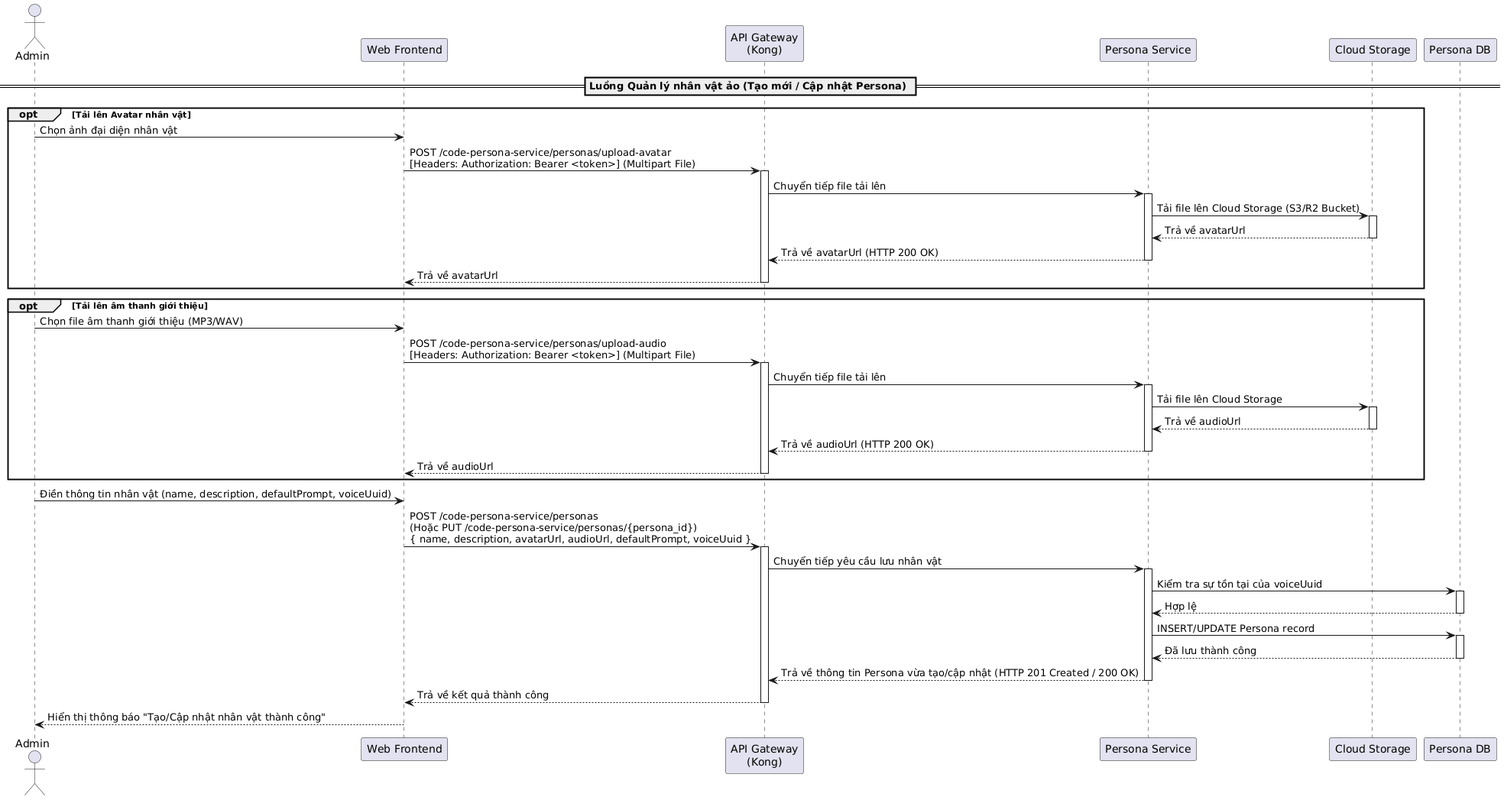
Above: temp/05-sequence/UML-Sequence-22.png in 20206205Tech/docs-uml (PlantUML), before the change.
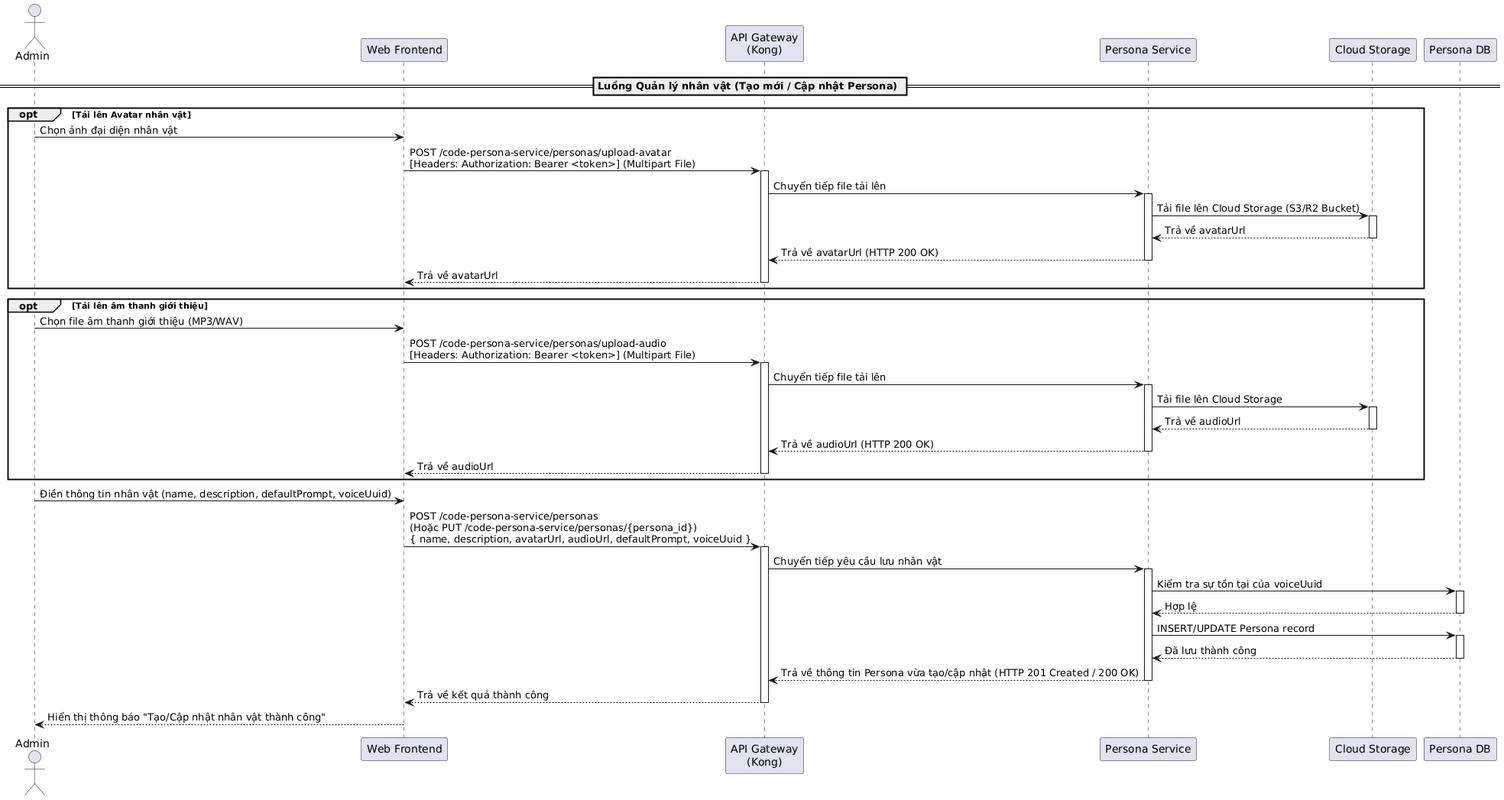
Above is the later version.

Diff of the diagram source:
```diff
@@ -6,7 +6,7 @@
 participant "Cloud Storage" as Storage
 participant "Persona DB" as DB
 
-== Luồng Quản lý nhân vật ảo (Tạo mới / Cập nhật Persona) ==
+== Luồng Quản lý nhân vật (Tạo mới / Cập nhật Persona) ==
 opt Tải lên Avatar nhân vật
     Admin -> Frontend: Chọn ảnh đại diện nhân vật
     Frontend -> Kong: POST /code-persona-service/personas/upload-avatar\n[Headers: Authorization: Bearer <token>] (Multipart File)
```
